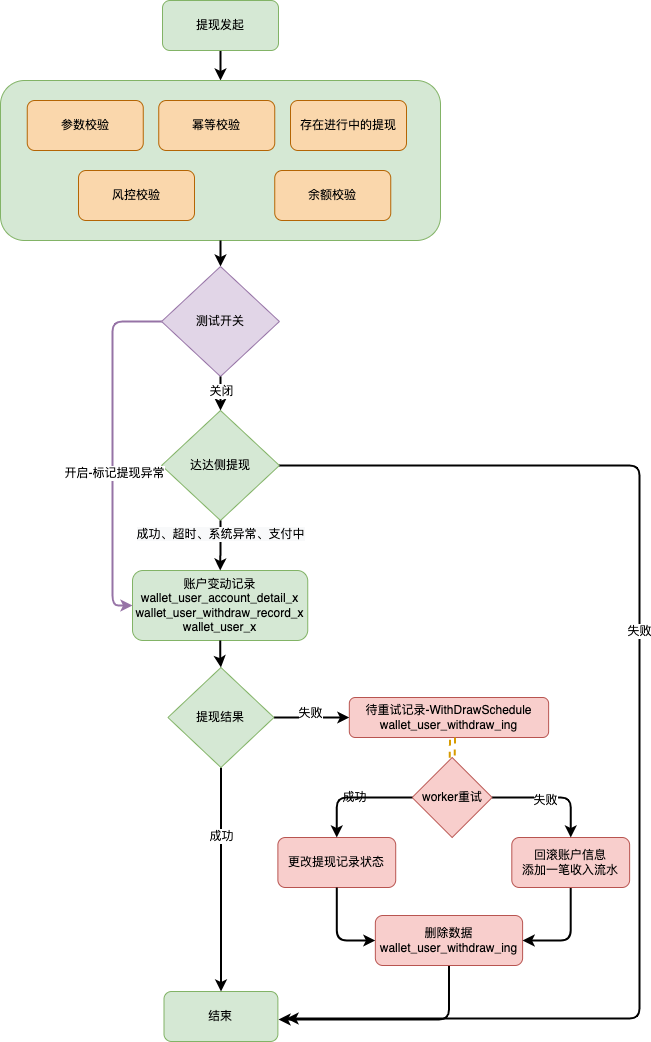
The draw.io diagram 钱包-提现.png in 845642761/diagram, before a commit. Source tidied: cells renumbered, new cells last; positions are measured from the earlier drawing's top-left corner, leaving out a move shared by most shapes.
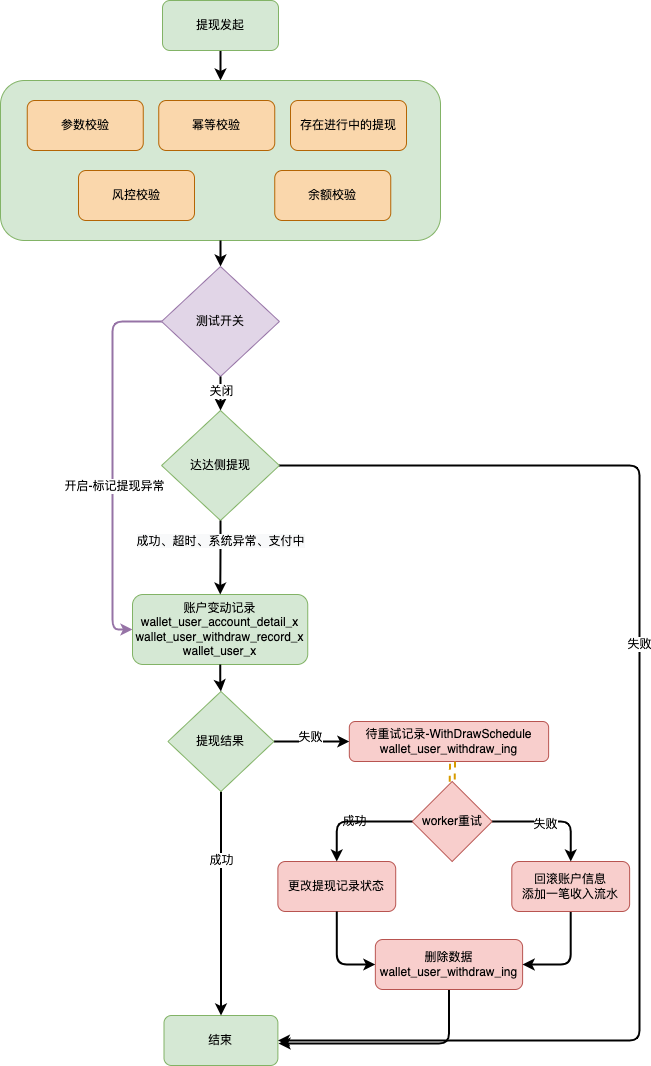
The same file after the commit.

Commit message:
更新钱包-提现.png

Change to the diagram source:
```diff
@@ -6,10 +6,10 @@
       <mxGeometry relative="1" as="geometry" />
     </mxCell>
     <mxCell id="3" value="提现发起" style="rounded=1;whiteSpace=wrap;html=1;labelBackgroundColor=none;fillColor=#d5e8d4;strokeColor=#82b366;" parent="1" vertex="1">
-      <mxGeometry x="162" width="116" height="50" as="geometry" />
+      <mxGeometry x="162" y="-24" width="116" height="50" as="geometry" />
     </mxCell>
     <mxCell id="4" style="group;" parent="1" vertex="1">
-      <mxGeometry y="80" width="440" height="160" as="geometry" />
+      <mxGeometry y="56" width="440" height="160" as="geometry" />
     </mxCell>
     <mxCell id="5" style="rounded=1;whiteSpace=wrap;html=1;labelBackgroundColor=none;fillColor=#d5e8d4;strokeColor=#82b366;" parent="4" vertex="1">
       <mxGeometry width="440" height="160" as="geometry" />
@@ -36,10 +36,10 @@
       <mxGeometry x="348.8" y="697" width="199.3" height="40" as="geometry" />
     </mxCell>
     <mxCell id="13" value="测试开关" style="rhombus;whiteSpace=wrap;html=1;labelBackgroundColor=none;fillColor=#e1d5e7;strokeColor=#9673a6;" parent="1" vertex="1">
-      <mxGeometry x="161.1" y="266" width="117.8" height="110" as="geometry" />
+      <mxGeometry x="161.1" y="242" width="117.8" height="110" as="geometry" />
     </mxCell>
     <mxCell id="14" value="达达侧提现" style="rhombus;whiteSpace=wrap;html=1;labelBackgroundColor=none;fillColor=#d5e8d4;strokeColor=#82b366;" parent="1" vertex="1">
-      <mxGeometry x="161.1" y="410" width="117.8" height="110" as="geometry" />
+      <mxGeometry x="161.1" y="386" width="117.8" height="110" as="geometry" />
     </mxCell>
     <mxCell id="15" style="edgeStyle=orthogonalEdgeStyle;rounded=1;jettySize=auto;html=1;labelBackgroundColor=none;strokeWidth=2;" parent="1" edge="1" source="13" target="14">
       <mxGeometry relative="1" as="geometry" />
@@ -56,12 +56,13 @@
     <mxCell id="19" value="开启-标记提现异常" style="edgeLabel;html=1;align=center;verticalAlign=middle;" parent="18" vertex="1">
       <mxGeometry x="0.14" y="1" relative="1" as="geometry" />
     </mxCell>
-    <mxCell id="20" style="edgeStyle=orthogonalEdgeStyle;rounded=1;jettySize=auto;html=1;labelBackgroundColor=none;strokeWidth=2;exitX=1;exitY=0.5;exitDx=0;exitDy=0;" parent="1" edge="1" source="14">
+    <mxCell id="20" style="edgeStyle=orthogonalEdgeStyle;rounded=1;orthogonalLoop=1;jettySize=auto;html=1;labelBackgroundColor=none;strokeWidth=2;entryX=1;entryY=0.5;entryDx=0;entryDy=0;exitX=1;exitY=0.5;exitDx=0;exitDy=0;" parent="1" edge="1">
       <mxGeometry relative="1" as="geometry">
-        <mxPoint x="286" y="1018" as="targetPoint" />
+        <mxPoint x="278.9" y="441" as="sourcePoint" />
+        <mxPoint x="277.4" y="1016" as="targetPoint" />
         <Array as="points">
-          <mxPoint x="639" y="465" />
-          <mxPoint x="639" y="1018" />
+          <mxPoint x="639" y="441" />
+          <mxPoint x="639" y="1016" />
         </Array>
       </mxGeometry>
     </mxCell>
```
